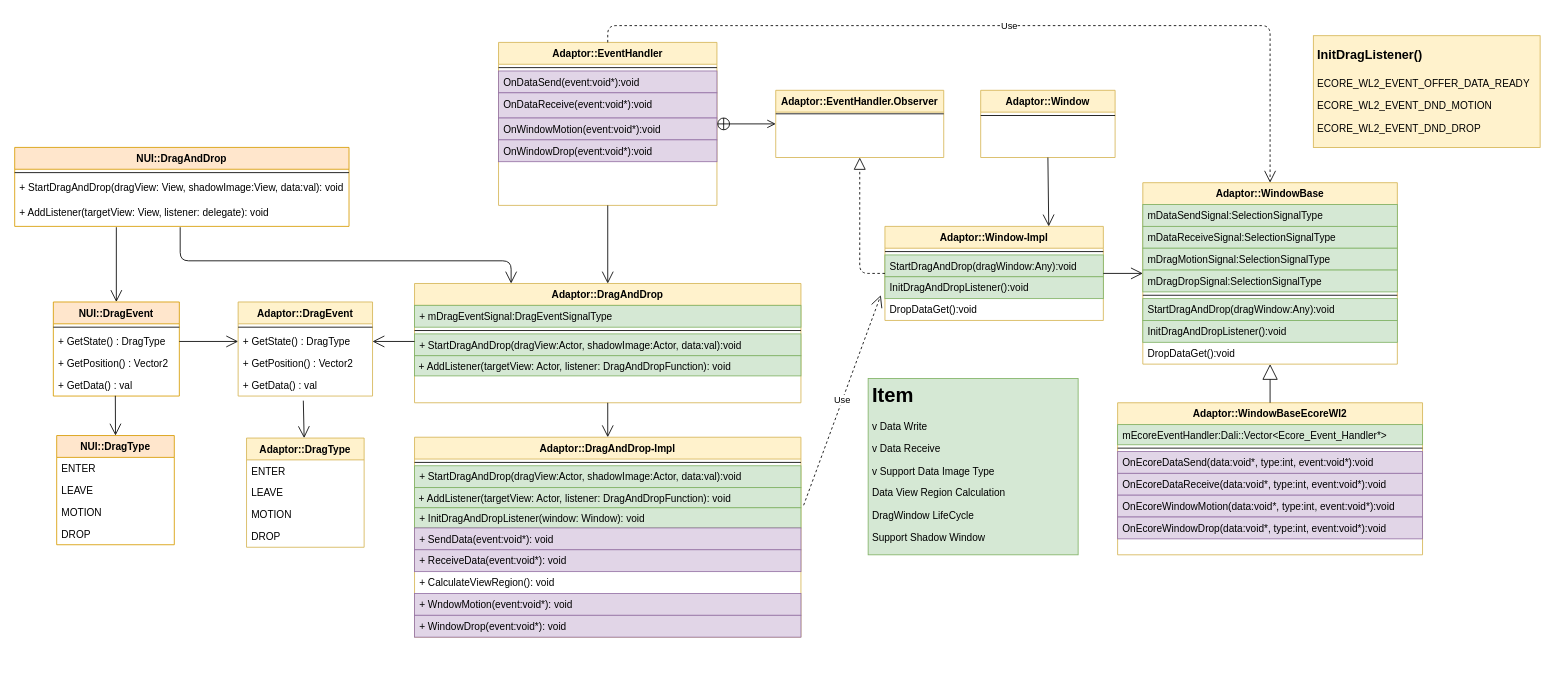
The draw.io diagram page "Page-4" (4 of 10) of Untitled Diagram.drawio in taehyub/drawio, before the edit. Source tidied: cells renumbered, new cells numbered last; positions are measured from the earlier drawing's top-left corner, leaving out a move shared by most shapes. Both pictures are drawn from the tidied source at 84%, with x=0, y=0 at pixel (14, 25).
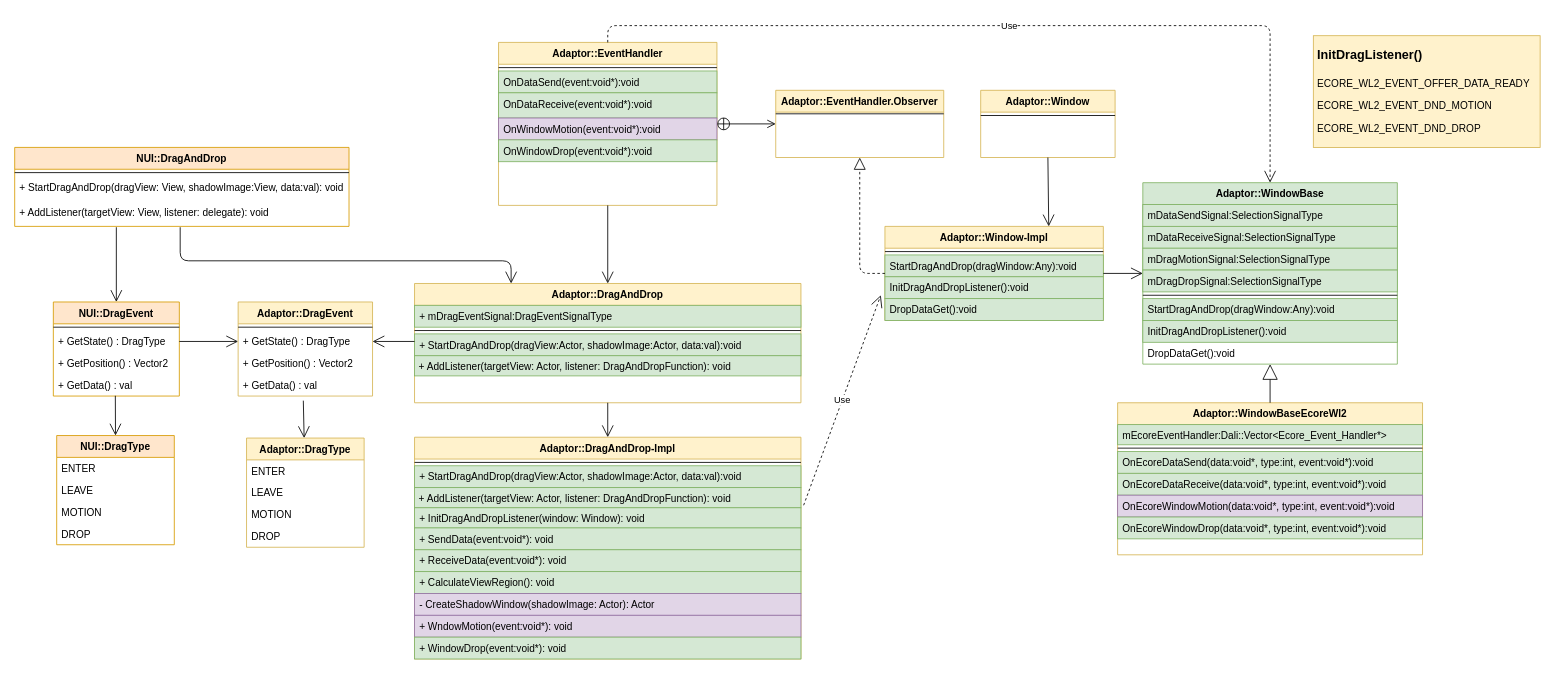
The same page after the edit.

Unchanged cells that the change refers to:
```xml
<mxCell id="30" value="Adaptor::WindowBaseEcoreWl2&#10;" style="swimlane;fontStyle=1;align=center;verticalAlign=top;horizontal=1;startSize=26;rounded=0;shadow=0;strokeWidth=1;fillColor=#fff2cc;strokeColor=#d6b656;" parent="1" vertex="1">
  <mxGeometry x="1313" y="449" width="363" height="181" as="geometry" />
</mxCell>
<mxCell id="39" value="Adaptor::Window-Impl&#10;" style="swimlane;fontStyle=1;align=center;verticalAlign=top;horizontal=1;startSize=26;rounded=0;shadow=0;strokeWidth=1;fillColor=#fff2cc;strokeColor=#d6b656;" parent="1" vertex="1">
  <mxGeometry x="1036" y="239" width="260" height="112" as="geometry" />
</mxCell>
<mxCell id="46" value="Adaptor::EventHandler" style="swimlane;fontStyle=1;align=center;verticalAlign=top;horizontal=1;startSize=26;rounded=0;shadow=0;strokeWidth=1;fillColor=#fff2cc;strokeColor=#d6b656;" parent="1" vertex="1">
  <mxGeometry x="576" y="20" width="260" height="194" as="geometry" />
</mxCell>
```

The edit, as a diff of the source:
```diff
@@
     <mxCell id="11" value="Adaptor::DragAndDrop-Impl" style="swimlane;fontStyle=1;align=center;verticalAlign=top;horizontal=1;startSize=26;rounded=0;shadow=0;strokeWidth=1;fillColor=#fff2cc;strokeColor=#d6b656;fontColor=default;" parent="1" vertex="1">
-      <mxGeometry x="476" y="490" width="460" height="238" as="geometry" />
+      <mxGeometry x="476" y="490" width="460" height="264" as="geometry" />
     </mxCell>
@@
-    <mxCell id="16" value="+ SendData(event:void*): void" style="text;align=left;verticalAlign=top;spacingLeft=4;spacingRight=4;overflow=hidden;hachureGap=4;fillColor=#e1d5e7;strokeColor=#9673a6;" parent="11" vertex="1">
+    <mxCell id="16" value="+ SendData(event:void*): void" style="text;align=left;verticalAlign=top;spacingLeft=4;spacingRight=4;overflow=hidden;hachureGap=4;fillColor=#d5e8d4;strokeColor=#82b366;" parent="11" vertex="1">
       <mxGeometry y="108" width="460" height="26" as="geometry" />
     </mxCell>
-    <mxCell id="17" value="+ ReceiveData(event:void*): void" style="text;align=left;verticalAlign=top;spacingLeft=4;spacingRight=4;overflow=hidden;hachureGap=4;fillColor=#e1d5e7;strokeColor=#9673a6;" parent="11" vertex="1">
+    <mxCell id="17" value="+ ReceiveData(event:void*): void" style="text;align=left;verticalAlign=top;spacingLeft=4;spacingRight=4;overflow=hidden;hachureGap=4;fillColor=#d5e8d4;strokeColor=#82b366;" parent="11" vertex="1">
       <mxGeometry y="134" width="460" height="26" as="geometry" />
     </mxCell>
-    <mxCell id="18" value="+ CalculateViewRegion(): void" style="text;strokeColor=none;fillColor=none;align=left;verticalAlign=top;spacingLeft=4;spacingRight=4;overflow=hidden;hachureGap=4;" parent="11" vertex="1">
+    <mxCell id="18" value="+ CalculateViewRegion(): void" style="text;strokeColor=#82b366;fillColor=#d5e8d4;align=left;verticalAlign=top;spacingLeft=4;spacingRight=4;overflow=hidden;hachureGap=4;" parent="11" vertex="1">
       <mxGeometry y="160" width="460" height="26" as="geometry" />
     </mxCell>
+    <mxCell id="89" value="- CreateShadowWindow(shadowImage: Actor): Actor" style="text;strokeColor=#9673a6;fillColor=#e1d5e7;align=left;verticalAlign=top;spacingLeft=4;spacingRight=4;overflow=hidden;hachureGap=4;" parent="11" vertex="1">
+      <mxGeometry y="186" width="460" height="26" as="geometry" />
+    </mxCell>
     <mxCell id="19" value="+ WndowMotion(event:void*): void" style="text;strokeColor=#9673a6;fillColor=#e1d5e7;align=left;verticalAlign=top;spacingLeft=4;spacingRight=4;overflow=hidden;hachureGap=4;" parent="11" vertex="1">
-      <mxGeometry y="186" width="460" height="26" as="geometry" />
+      <mxGeometry y="212" width="460" height="26" as="geometry" />
     </mxCell>
-    <mxCell id="20" value="+ WindowDrop(event:void*): void" style="text;strokeColor=#9673a6;fillColor=#e1d5e7;align=left;verticalAlign=top;spacingLeft=4;spacingRight=4;overflow=hidden;hachureGap=4;" parent="11" vertex="1">
-      <mxGeometry y="212" width="460" height="26" as="geometry" />
+    <mxCell id="20" value="+ WindowDrop(event:void*): void" style="text;strokeColor=#82b366;fillColor=#d5e8d4;align=left;verticalAlign=top;spacingLeft=4;spacingRight=4;overflow=hidden;hachureGap=4;" parent="11" vertex="1">
+      <mxGeometry y="238" width="460" height="26" as="geometry" />
     </mxCell>
-    <mxCell id="21" value="Adaptor::WindowBase" style="swimlane;fontStyle=1;align=center;verticalAlign=top;horizontal=1;startSize=26;rounded=0;shadow=0;strokeWidth=1;fillColor=#fff2cc;strokeColor=#d6b656;" parent="1" vertex="1">
+    <mxCell id="21" value="Adaptor::WindowBase" style="swimlane;fontStyle=1;align=center;verticalAlign=top;horizontal=1;startSize=26;rounded=0;shadow=0;strokeWidth=1;fillColor=#d5e8d4;strokeColor=#82b366;" parent="1" vertex="1">
       <mxGeometry x="1343" y="187" width="303" height="216" as="geometry" />
     </mxCell>
@@
-    <mxCell id="33" value="OnEcoreDataSend(data:void*, type:int, event:void*):void&#10;" style="text;align=left;verticalAlign=top;spacingLeft=4;spacingRight=4;overflow=hidden;hachureGap=4;fillColor=#e1d5e7;strokeColor=#9673a6;" parent="30" vertex="1">
+    <mxCell id="33" value="OnEcoreDataSend(data:void*, type:int, event:void*):void&#10;" style="text;align=left;verticalAlign=top;spacingLeft=4;spacingRight=4;overflow=hidden;hachureGap=4;fillColor=#d5e8d4;strokeColor=#82b366;" parent="30" vertex="1">
       <mxGeometry y="58" width="363" height="26" as="geometry" />
     </mxCell>
-    <mxCell id="34" value="OnEcoreDataReceive(data:void*, type:int, event:void*):void&#10;" style="text;align=left;verticalAlign=top;spacingLeft=4;spacingRight=4;overflow=hidden;hachureGap=4;fillColor=#e1d5e7;strokeColor=#9673a6;" parent="30" vertex="1">
+    <mxCell id="34" value="OnEcoreDataReceive(data:void*, type:int, event:void*):void&#10;" style="text;align=left;verticalAlign=top;spacingLeft=4;spacingRight=4;overflow=hidden;hachureGap=4;fillColor=#d5e8d4;strokeColor=#82b366;" parent="30" vertex="1">
       <mxGeometry y="84" width="363" height="26" as="geometry" />
     </mxCell>
@@
-    <mxCell id="36" value="OnEcoreWindowDrop(data:void*, type:int, event:void*):void" style="text;align=left;verticalAlign=top;spacingLeft=4;spacingRight=4;overflow=hidden;hachureGap=4;fillColor=#e1d5e7;strokeColor=#9673a6;" parent="30" vertex="1">
+    <mxCell id="36" value="OnEcoreWindowDrop(data:void*, type:int, event:void*):void" style="text;align=left;verticalAlign=top;spacingLeft=4;spacingRight=4;overflow=hidden;hachureGap=4;fillColor=#d5e8d4;strokeColor=#82b366;" parent="30" vertex="1">
       <mxGeometry y="136" width="363" height="26" as="geometry" />
     </mxCell>
@@
-    <mxCell id="43" value="DropDataGet():void" style="text;strokeColor=none;fillColor=none;align=left;verticalAlign=top;spacingLeft=4;spacingRight=4;overflow=hidden;hachureGap=4;" parent="39" vertex="1">
+    <mxCell id="43" value="DropDataGet():void" style="text;strokeColor=#82b366;fillColor=#d5e8d4;align=left;verticalAlign=top;spacingLeft=4;spacingRight=4;overflow=hidden;hachureGap=4;" parent="39" vertex="1">
       <mxGeometry y="86" width="260" height="26" as="geometry" />
     </mxCell>
@@
-    <mxCell id="48" value="OnDataSend(event:void*):void" style="text;align=left;verticalAlign=top;spacingLeft=4;spacingRight=4;overflow=hidden;hachureGap=4;fillColor=#e1d5e7;strokeColor=#9673a6;" parent="46" vertex="1">
+    <mxCell id="48" value="OnDataSend(event:void*):void" style="text;align=left;verticalAlign=top;spacingLeft=4;spacingRight=4;overflow=hidden;hachureGap=4;fillColor=#d5e8d4;strokeColor=#82b366;" parent="46" vertex="1">
       <mxGeometry y="34" width="260" height="26" as="geometry" />
     </mxCell>
-    <mxCell id="49" value="OnDataReceive(event:void*):void" style="text;align=left;verticalAlign=top;spacingLeft=4;spacingRight=4;overflow=hidden;hachureGap=4;fillColor=#e1d5e7;strokeColor=#9673a6;" parent="46" vertex="1">
+    <mxCell id="49" value="OnDataReceive(event:void*):void" style="text;align=left;verticalAlign=top;spacingLeft=4;spacingRight=4;overflow=hidden;hachureGap=4;fillColor=#d5e8d4;strokeColor=#82b366;" parent="46" vertex="1">
       <mxGeometry y="60" width="260" height="30" as="geometry" />
     </mxCell>
@@
-    <mxCell id="51" value="OnWindowDrop(event:void*):void" style="text;align=left;verticalAlign=top;spacingLeft=4;spacingRight=4;overflow=hidden;hachureGap=4;fillColor=#e1d5e7;strokeColor=#9673a6;" parent="46" vertex="1">
+    <mxCell id="51" value="OnWindowDrop(event:void*):void" style="text;align=left;verticalAlign=top;spacingLeft=4;spacingRight=4;overflow=hidden;hachureGap=4;fillColor=#d5e8d4;strokeColor=#82b366;" parent="46" vertex="1">
       <mxGeometry y="116" width="260" height="26" as="geometry" />
     </mxCell>
@@
-    <mxCell id="88" value="&lt;h1&gt;Item&lt;br&gt;&lt;/h1&gt;&lt;p&gt;v Data Write&lt;/p&gt;&lt;p&gt;v Data Receive&lt;/p&gt;&lt;p&gt;v Support Data Image Type&lt;br&gt;&lt;/p&gt;&lt;p&gt;Data View Region Calculation&lt;/p&gt;&lt;p&gt;DragWindow LifeCycle&lt;br&gt;&lt;/p&gt;&lt;p&gt;Support Shadow Window&lt;br&gt;&lt;/p&gt;&lt;p&gt;&lt;br&gt;&lt;/p&gt;" style="text;html=1;strokeColor=#82b366;fillColor=#d5e8d4;spacing=5;spacingTop=-20;whiteSpace=wrap;overflow=hidden;rounded=0;" parent="1" vertex="1">
-      <mxGeometry x="1016" y="420" width="250" height="210" as="geometry" />
-    </mxCell>
```
